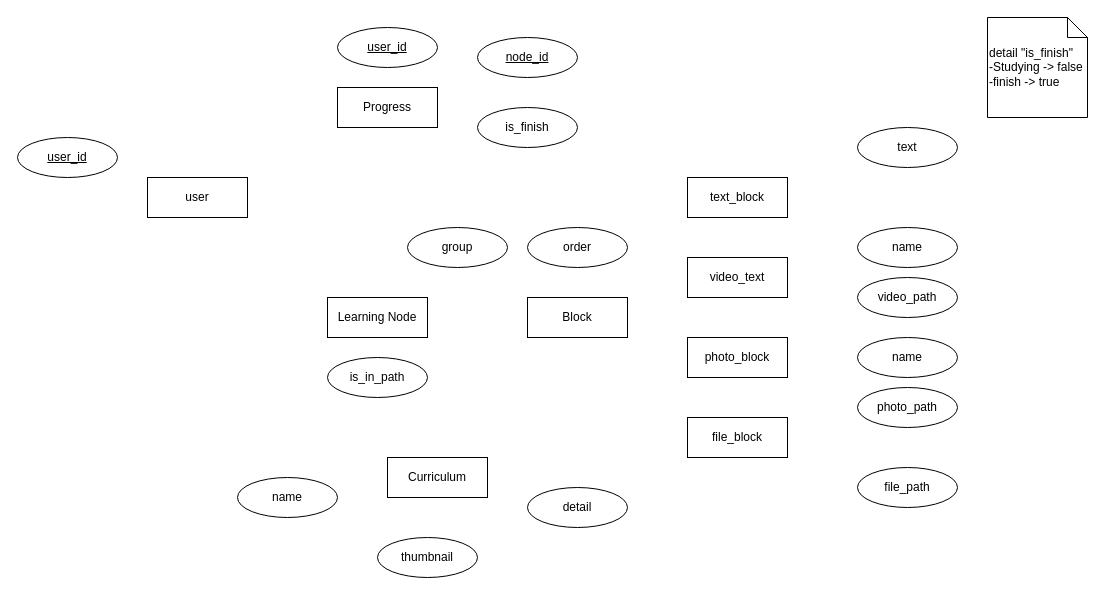
Above: Untitled Diagram.drawio in TendonT52/ProjectProgMath (draw.io), before the change. Source tidied: cells renumbered, new cells numbered last; positions are measured from the earlier drawing's top-left corner, leaving out a move shared by most shapes. Both pictures are drawn from the tidied source at 100%, with x=0, y=0 at pixel (17, 17).
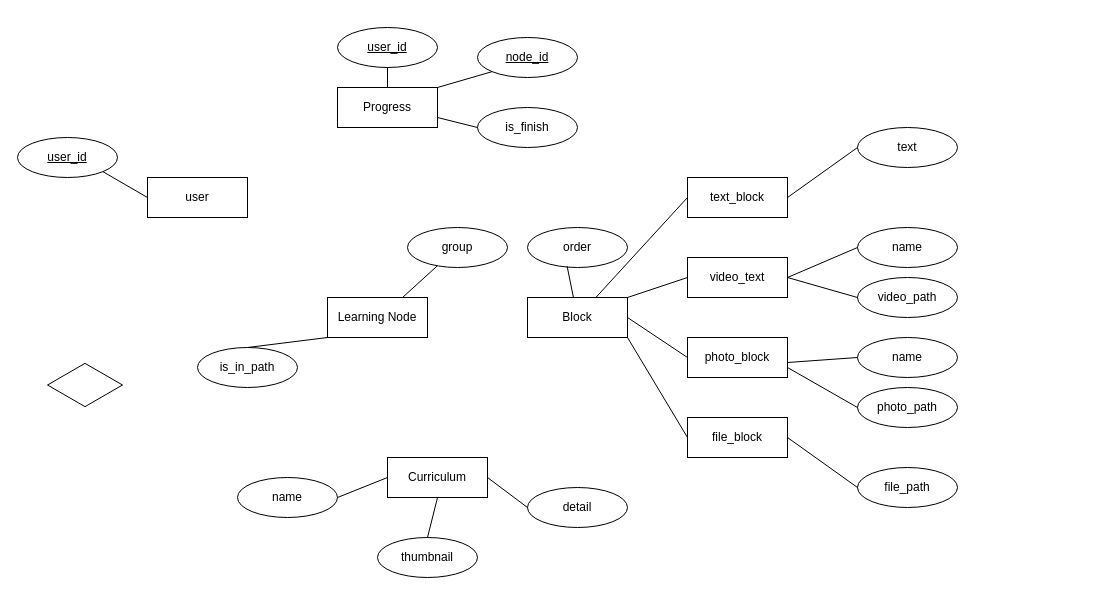
The same diagram, later.

Unchanged cells that the change refers to:
```xml
<mxCell id="3" value="Block" style="whiteSpace=wrap;html=1;align=center;" parent="1" vertex="1">
  <mxGeometry x="510" y="280" width="100" height="40" as="geometry" />
</mxCell>
<mxCell id="4" value="Learning Node" style="whiteSpace=wrap;html=1;align=center;" parent="1" vertex="1">
  <mxGeometry x="310" y="280" width="100" height="40" as="geometry" />
</mxCell>
<mxCell id="5" value="user" style="whiteSpace=wrap;html=1;align=center;" parent="1" vertex="1">
  <mxGeometry x="130" y="160" width="100" height="40" as="geometry" />
</mxCell>
<mxCell id="6" value="Progress" style="whiteSpace=wrap;html=1;align=center;" parent="1" vertex="1">
  <mxGeometry x="320" y="70" width="100" height="40" as="geometry" />
</mxCell>
<mxCell id="7" value="Curriculum" style="whiteSpace=wrap;html=1;align=center;" parent="1" vertex="1">
  <mxGeometry x="370" y="440" width="100" height="40" as="geometry" />
</mxCell>
<mxCell id="8" value="text_block" style="whiteSpace=wrap;html=1;align=center;" parent="1" vertex="1">
  <mxGeometry x="670" y="160" width="100" height="40" as="geometry" />
</mxCell>
<mxCell id="9" value="video_text" style="whiteSpace=wrap;html=1;align=center;" parent="1" vertex="1">
  <mxGeometry x="670" y="240" width="100" height="40" as="geometry" />
</mxCell>
<mxCell id="10" value="photo_block" style="whiteSpace=wrap;html=1;align=center;" parent="1" vertex="1">
  <mxGeometry x="670" y="320" width="100" height="40" as="geometry" />
</mxCell>
<mxCell id="11" value="file_block" style="whiteSpace=wrap;html=1;align=center;" parent="1" vertex="1">
  <mxGeometry x="670" y="400" width="100" height="40" as="geometry" />
</mxCell>
<mxCell id="12" value="text" style="ellipse;whiteSpace=wrap;html=1;align=center;" parent="1" vertex="1">
  <mxGeometry x="840" y="110" width="100" height="40" as="geometry" />
</mxCell>
<mxCell id="13" value="name" style="ellipse;whiteSpace=wrap;html=1;align=center;" parent="1" vertex="1">
  <mxGeometry x="840" y="210" width="100" height="40" as="geometry" />
</mxCell>
<mxCell id="14" value="video_path" style="ellipse;whiteSpace=wrap;html=1;align=center;" parent="1" vertex="1">
  <mxGeometry x="840" y="260" width="100" height="40" as="geometry" />
</mxCell>
<mxCell id="15" value="name" style="ellipse;whiteSpace=wrap;html=1;align=center;" parent="1" vertex="1">
  <mxGeometry x="840" y="320" width="100" height="40" as="geometry" />
</mxCell>
<mxCell id="16" value="photo_path" style="ellipse;whiteSpace=wrap;html=1;align=center;" parent="1" vertex="1">
  <mxGeometry x="840" y="370" width="100" height="40" as="geometry" />
</mxCell>
<mxCell id="17" value="file_path" style="ellipse;whiteSpace=wrap;html=1;align=center;" parent="1" vertex="1">
  <mxGeometry x="840" y="450" width="100" height="40" as="geometry" />
</mxCell>
<mxCell id="18" value="name" style="ellipse;whiteSpace=wrap;html=1;align=center;" parent="1" vertex="1">
  <mxGeometry x="220" y="460" width="100" height="40" as="geometry" />
</mxCell>
<mxCell id="19" value="thumbnail" style="ellipse;whiteSpace=wrap;html=1;align=center;" parent="1" vertex="1">
  <mxGeometry x="360" y="520" width="100" height="40" as="geometry" />
</mxCell>
<mxCell id="20" value="detail" style="ellipse;whiteSpace=wrap;html=1;align=center;" parent="1" vertex="1">
  <mxGeometry x="510" y="470" width="100" height="40" as="geometry" />
</mxCell>
<mxCell id="22" value="group" style="ellipse;whiteSpace=wrap;html=1;align=center;" parent="1" vertex="1">
  <mxGeometry x="390" y="210" width="100" height="40" as="geometry" />
</mxCell>
<mxCell id="23" value="order" style="ellipse;whiteSpace=wrap;html=1;align=center;" parent="1" vertex="1">
  <mxGeometry x="510" y="210" width="100" height="40" as="geometry" />
</mxCell>
<mxCell id="24" value="node_id" style="ellipse;whiteSpace=wrap;html=1;align=center;fontStyle=4;" parent="1" vertex="1">
  <mxGeometry x="460" y="20" width="100" height="40" as="geometry" />
</mxCell>
<mxCell id="25" value="is_finish" style="ellipse;whiteSpace=wrap;html=1;align=center;" parent="1" vertex="1">
  <mxGeometry x="460" y="90" width="100" height="40" as="geometry" />
</mxCell>
<mxCell id="26" value="user_id" style="ellipse;whiteSpace=wrap;html=1;align=center;fontStyle=4;" parent="1" vertex="1">
  <mxGeometry y="120" width="100" height="40" as="geometry" />
</mxCell>
<mxCell id="27" value="user_id" style="ellipse;whiteSpace=wrap;html=1;align=center;fontStyle=4;" parent="1" vertex="1">
  <mxGeometry x="320" y="10" width="100" height="40" as="geometry" />
</mxCell>
```

The edit, as a diff of the source:
```diff
@@
-    <mxCell id="2" value="detail &quot;is_finish&quot;&lt;br&gt;-Studying -&amp;gt; false&lt;br&gt;-finish -&amp;gt; true" style="shape=note;size=20;whiteSpace=wrap;html=1;align=left;" parent="1" vertex="1">
-      <mxGeometry x="970" width="100" height="100" as="geometry" />
-    </mxCell>
@@
     <mxCell id="21" value="is_in_path" style="ellipse;whiteSpace=wrap;html=1;align=center;" parent="1" vertex="1">
-      <mxGeometry x="310" y="340" width="100" height="40" as="geometry" />
+      <mxGeometry x="180" y="330" width="100" height="40" as="geometry" />
     </mxCell>
@@
+    <mxCell id="28" style="html=1;whiteSpace=wrap;shape=isoRectangle;" parent="1" vertex="1">
+      <mxGeometry x="30" y="345" width="75" height="45" as="geometry" />
+    </mxCell>
+    <mxCell id="29" style="endArrow=none;html=1;rounded=0;entryX=0.5;entryY=1;entryDx=0;entryDy=0;exitX=0.5;exitY=0;exitDx=0;exitDy=0;" parent="1" edge="1" source="6" target="27">
+      <mxGeometry relative="1" as="geometry" />
+    </mxCell>
+    <mxCell id="30" style="endArrow=none;html=1;rounded=0;entryX=0;entryY=1;entryDx=0;entryDy=0;" parent="1" edge="1" target="24">
+      <mxGeometry relative="1" as="geometry">
+        <mxPoint x="420" y="70" as="sourcePoint" />
+      </mxGeometry>
+    </mxCell>
+    <mxCell id="31" style="endArrow=none;html=1;rounded=0;entryX=0;entryY=0.5;entryDx=0;entryDy=0;exitX=1;exitY=0.75;exitDx=0;exitDy=0;" parent="1" edge="1" source="6" target="25">
+      <mxGeometry relative="1" as="geometry" />
+    </mxCell>
+    <mxCell id="32" style="endArrow=none;html=1;rounded=0;exitX=0.396;exitY=0.965;exitDx=0;exitDy=0;exitPerimeter=0;" parent="1" edge="1" source="23" target="3">
+      <mxGeometry relative="1" as="geometry" />
+    </mxCell>
+    <mxCell id="33" style="endArrow=none;html=1;rounded=0;entryX=0;entryY=0.5;entryDx=0;entryDy=0;" parent="1" edge="1" source="3" target="8">
+      <mxGeometry relative="1" as="geometry" />
+    </mxCell>
+    <mxCell id="34" style="endArrow=none;html=1;rounded=0;entryX=0;entryY=0.5;entryDx=0;entryDy=0;exitX=1;exitY=0;exitDx=0;exitDy=0;" parent="1" edge="1" source="3" target="9">
+      <mxGeometry relative="1" as="geometry" />
+    </mxCell>
+    <mxCell id="35" style="endArrow=none;html=1;rounded=0;entryX=0;entryY=0.5;entryDx=0;entryDy=0;exitX=1;exitY=0.5;exitDx=0;exitDy=0;" parent="1" edge="1" source="3" target="10">
+      <mxGeometry relative="1" as="geometry" />
+    </mxCell>
+    <mxCell id="36" style="endArrow=none;html=1;rounded=0;entryX=0;entryY=0.5;entryDx=0;entryDy=0;exitX=1;exitY=1;exitDx=0;exitDy=0;" parent="1" edge="1" source="3" target="11">
+      <mxGeometry relative="1" as="geometry" />
+    </mxCell>
+    <mxCell id="37" style="endArrow=none;html=1;rounded=0;entryX=0;entryY=0.5;entryDx=0;entryDy=0;exitX=1;exitY=0.5;exitDx=0;exitDy=0;" parent="1" edge="1" source="8" target="12">
+      <mxGeometry relative="1" as="geometry" />
+    </mxCell>
+    <mxCell id="38" style="endArrow=none;html=1;rounded=0;entryX=0;entryY=0.5;entryDx=0;entryDy=0;exitX=1;exitY=0.5;exitDx=0;exitDy=0;" parent="1" edge="1" source="9" target="13">
+      <mxGeometry relative="1" as="geometry" />
+    </mxCell>
+    <mxCell id="39" style="endArrow=none;html=1;rounded=0;entryX=0;entryY=0.5;entryDx=0;entryDy=0;exitX=1;exitY=0.5;exitDx=0;exitDy=0;" parent="1" edge="1" source="9" target="14">
+      <mxGeometry relative="1" as="geometry" />
+    </mxCell>
+    <mxCell id="40" style="endArrow=none;html=1;rounded=0;entryX=0;entryY=0.5;entryDx=0;entryDy=0;exitX=1;exitY=0.5;exitDx=0;exitDy=0;" parent="1" edge="1" target="15">
+      <mxGeometry relative="1" as="geometry">
+        <mxPoint x="770" y="345" as="sourcePoint" />
+      </mxGeometry>
+    </mxCell>
+    <mxCell id="41" style="endArrow=none;html=1;rounded=0;entryX=0;entryY=0.5;entryDx=0;entryDy=0;exitX=1;exitY=0.75;exitDx=0;exitDy=0;" parent="1" edge="1" source="10" target="16">
+      <mxGeometry relative="1" as="geometry" />
+    </mxCell>
+    <mxCell id="42" style="endArrow=none;html=1;rounded=0;entryX=0;entryY=0.5;entryDx=0;entryDy=0;exitX=1;exitY=0.5;exitDx=0;exitDy=0;" parent="1" edge="1" source="11" target="17">
+      <mxGeometry relative="1" as="geometry" />
+    </mxCell>
+    <mxCell id="43" style="endArrow=none;html=1;rounded=0;entryX=1;entryY=0.5;entryDx=0;entryDy=0;exitX=0;exitY=0.5;exitDx=0;exitDy=0;" parent="1" edge="1" source="7" target="18">
+      <mxGeometry relative="1" as="geometry" />
+    </mxCell>
+    <mxCell id="44" style="endArrow=none;html=1;rounded=0;entryX=0.5;entryY=0;entryDx=0;entryDy=0;exitX=0.5;exitY=1;exitDx=0;exitDy=0;" parent="1" edge="1" source="7" target="19">
+      <mxGeometry relative="1" as="geometry" />
+    </mxCell>
+    <mxCell id="45" style="endArrow=none;html=1;rounded=0;entryX=0;entryY=0.5;entryDx=0;entryDy=0;exitX=1;exitY=0.5;exitDx=0;exitDy=0;" parent="1" edge="1" source="7" target="20">
+      <mxGeometry relative="1" as="geometry" />
+    </mxCell>
+    <mxCell id="46" style="endArrow=none;html=1;rounded=0;entryX=0.5;entryY=0;entryDx=0;entryDy=0;exitX=0;exitY=1;exitDx=0;exitDy=0;" parent="1" edge="1" source="4" target="21">
+      <mxGeometry relative="1" as="geometry" />
+    </mxCell>
+    <mxCell id="47" style="endArrow=none;html=1;rounded=0;entryX=1;entryY=1;entryDx=0;entryDy=0;exitX=0;exitY=0.5;exitDx=0;exitDy=0;" parent="1" edge="1" source="5" target="26">
+      <mxGeometry relative="1" as="geometry" />
+    </mxCell>
+    <mxCell id="48" style="endArrow=none;html=1;rounded=0;exitX=0.75;exitY=0;exitDx=0;exitDy=0;" parent="1" edge="1" source="4" target="22">
+      <mxGeometry relative="1" as="geometry" />
+    </mxCell>
```
